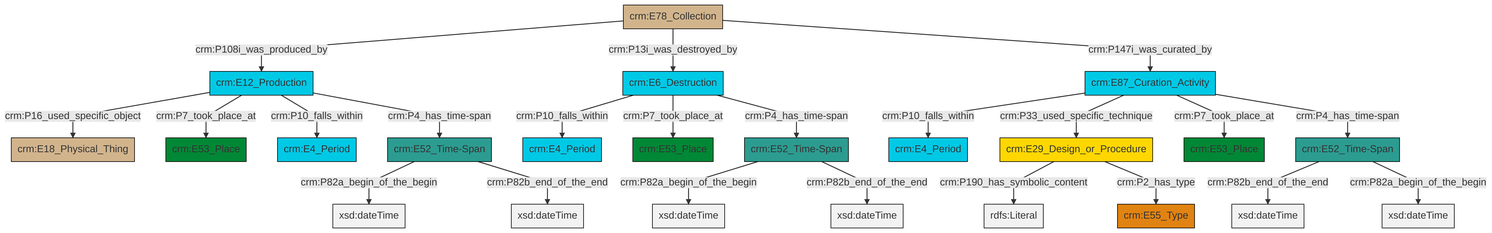
Above: et/archivalCSV/ttl/mmd/png/archival_existence.png in swiss-art-research-net/docs.swissartresearch (Mermaid), before the change. Its source is kept beside it as et/archivalCSV/ttl/mmd/archival_existence.ttl.mmd.
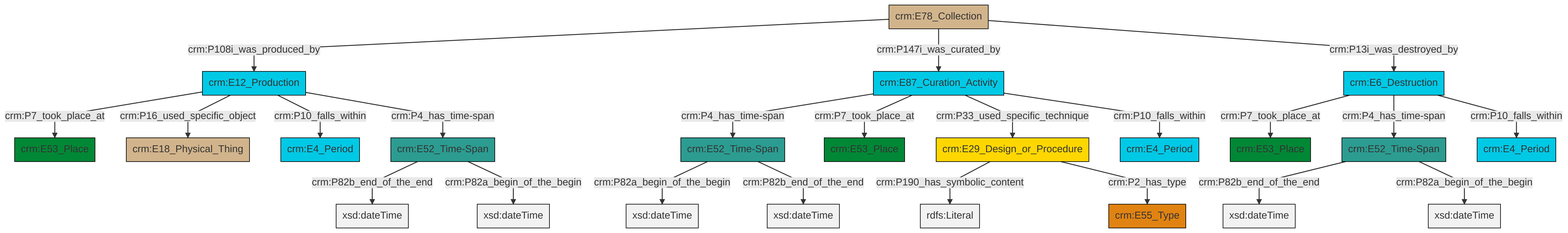
After the commit.

The edit, as a diff of the source:
```diff
@@ -13,25 +13,25 @@
 classDef PC_Classes fill:#4ce600, stroke:#000000;
 classDef Multi fill:#cccccc,stroke:#000000;
 
-0["crm:E12_Production"]:::Temporal_Entity -->|crm:P16_used_specific_object| 1["crm:E18_Physical_Thing"]:::Physical_Thing
-2["crm:E52_Time-Span"]:::Time-Span -->|crm:P82b_end_of_the_end| 3[xsd:dateTime]:::Literal
-4["crm:E6_Destruction"]:::Temporal_Entity -->|crm:P10_falls_within| 5["crm:E4_Period"]:::Temporal_Entity
-4["crm:E6_Destruction"]:::Temporal_Entity -->|crm:P7_took_place_at| 6["crm:E53_Place"]:::Place
-12["crm:E52_Time-Span"]:::Time-Span -->|crm:P82a_begin_of_the_begin| 14[xsd:dateTime]:::Literal
-0["crm:E12_Production"]:::Temporal_Entity -->|crm:P7_took_place_at| 15["crm:E53_Place"]:::Place
-17["crm:E87_Curation_Activity"]:::Temporal_Entity -->|crm:P10_falls_within| 18["crm:E4_Period"]:::Temporal_Entity
-17["crm:E87_Curation_Activity"]:::Temporal_Entity -->|crm:P33_used_specific_technique| 19["crm:E29_Design_or_Procedure"]:::Conceptual_Object
-17["crm:E87_Curation_Activity"]:::Temporal_Entity -->|crm:P7_took_place_at| 20["crm:E53_Place"]:::Place
-12["crm:E52_Time-Span"]:::Time-Span -->|crm:P82b_end_of_the_end| 22[xsd:dateTime]:::Literal
-2["crm:E52_Time-Span"]:::Time-Span -->|crm:P82a_begin_of_the_begin| 24[xsd:dateTime]:::Literal
-8["crm:E78_Collection"]:::Physical_Thing -->|crm:P108i_was_produced_by| 0["crm:E12_Production"]:::Temporal_Entity
-8["crm:E78_Collection"]:::Physical_Thing -->|crm:P13i_was_destroyed_by| 4["crm:E6_Destruction"]:::Temporal_Entity
-10["crm:E52_Time-Span"]:::Time-Span -->|crm:P82a_begin_of_the_begin| 27[xsd:dateTime]:::Literal
-10["crm:E52_Time-Span"]:::Time-Span -->|crm:P82b_end_of_the_end| 28[xsd:dateTime]:::Literal
-19["crm:E29_Design_or_Procedure"]:::Conceptual_Object -->|crm:P190_has_symbolic_content| 30[rdfs:Literal]:::Literal
-19["crm:E29_Design_or_Procedure"]:::Conceptual_Object -->|crm:P2_has_type| 33["crm:E55_Type"]:::Type
-17["crm:E87_Curation_Activity"]:::Temporal_Entity -->|crm:P4_has_time-span| 2["crm:E52_Time-Span"]:::Time-Span
-4["crm:E6_Destruction"]:::Temporal_Entity -->|crm:P4_has_time-span| 12["crm:E52_Time-Span"]:::Time-Span
-0["crm:E12_Production"]:::Temporal_Entity -->|crm:P10_falls_within| 31["crm:E4_Period"]:::Temporal_Entity
-0["crm:E12_Production"]:::Temporal_Entity -->|crm:P4_has_time-span| 10["crm:E52_Time-Span"]:::Time-Span
-8["crm:E78_Collection"]:::Physical_Thing -->|crm:P147i_was_curated_by| 17["crm:E87_Curation_Activity"]:::Temporal_Entity
+2["crm:E12_Production"]:::Temporal_Entity -->|crm:P7_took_place_at| 3["crm:E53_Place"]:::Place
+6["crm:E87_Curation_Activity"]:::Temporal_Entity -->|crm:P4_has_time-span| 4["crm:E52_Time-Span"]:::Time-Span
+8["crm:E52_Time-Span"]:::Time-Span -->|crm:P82b_end_of_the_end| 9[xsd:dateTime]:::Literal
+2["crm:E12_Production"]:::Temporal_Entity -->|crm:P16_used_specific_object| 10["crm:E18_Physical_Thing"]:::Physical_Thing
+0["crm:E29_Design_or_Procedure"]:::Conceptual_Object -->|crm:P190_has_symbolic_content| 11[rdfs:Literal]:::Literal
+8["crm:E52_Time-Span"]:::Time-Span -->|crm:P82a_begin_of_the_begin| 12[xsd:dateTime]:::Literal
+17["crm:E78_Collection"]:::Physical_Thing -->|crm:P108i_was_produced_by| 2["crm:E12_Production"]:::Temporal_Entity
+6["crm:E87_Curation_Activity"]:::Temporal_Entity -->|crm:P7_took_place_at| 21["crm:E53_Place"]:::Place
+6["crm:E87_Curation_Activity"]:::Temporal_Entity -->|crm:P33_used_specific_technique| 0["crm:E29_Design_or_Procedure"]:::Conceptual_Object
+0["crm:E29_Design_or_Procedure"]:::Conceptual_Object -->|crm:P2_has_type| 13["crm:E55_Type"]:::Type
+24["crm:E6_Destruction"]:::Temporal_Entity -->|crm:P7_took_place_at| 22["crm:E53_Place"]:::Place
+4["crm:E52_Time-Span"]:::Time-Span -->|crm:P82a_begin_of_the_begin| 26[xsd:dateTime]:::Literal
+19["crm:E52_Time-Span"]:::Time-Span -->|crm:P82b_end_of_the_end| 27[xsd:dateTime]:::Literal
+6["crm:E87_Curation_Activity"]:::Temporal_Entity -->|crm:P10_falls_within| 15["crm:E4_Period"]:::Temporal_Entity
+2["crm:E12_Production"]:::Temporal_Entity -->|crm:P10_falls_within| 33["crm:E4_Period"]:::Temporal_Entity
+2["crm:E12_Production"]:::Temporal_Entity -->|crm:P4_has_time-span| 19["crm:E52_Time-Span"]:::Time-Span
+17["crm:E78_Collection"]:::Physical_Thing -->|crm:P147i_was_curated_by| 6["crm:E87_Curation_Activity"]:::Temporal_Entity
+4["crm:E52_Time-Span"]:::Time-Span -->|crm:P82b_end_of_the_end| 37[xsd:dateTime]:::Literal
+19["crm:E52_Time-Span"]:::Time-Span -->|crm:P82a_begin_of_the_begin| 38[xsd:dateTime]:::Literal
+17["crm:E78_Collection"]:::Physical_Thing -->|crm:P13i_was_destroyed_by| 24["crm:E6_Destruction"]:::Temporal_Entity
+24["crm:E6_Destruction"]:::Temporal_Entity -->|crm:P4_has_time-span| 8["crm:E52_Time-Span"]:::Time-Span
+24["crm:E6_Destruction"]:::Temporal_Entity -->|crm:P10_falls_within| 31["crm:E4_Period"]:::Temporal_Entity
```
